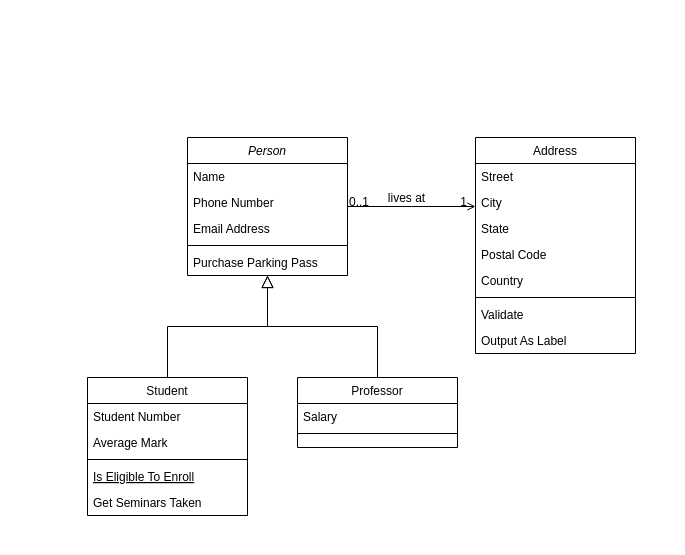
emillyvsl/arquivos-bd2023 keeps this draw.io diagram as Untitled Diagram.drawio. Above is the earlier version. Source tidied: cells renumbered, new cells numbered last; positions are measured from the earlier drawing's top-left corner, leaving out a move shared by most shapes. Both pictures are drawn from the tidied source at 100%, with x=0, y=0 at pixel (87, 137).
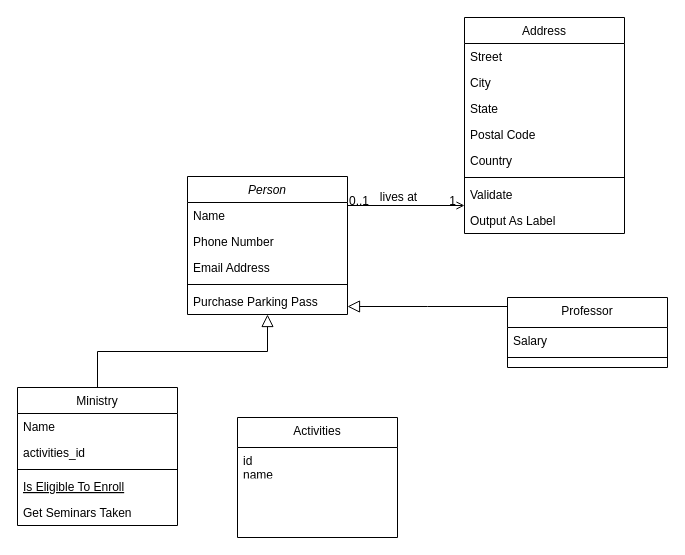
Above is the later version.

The edit, as a diff of the source:
```diff
@@
     <mxCell id="2" value="Person" style="swimlane;fontStyle=2;align=center;verticalAlign=top;horizontal=1;startSize=26;rounded=0;shadow=0;strokeWidth=1;" parent="1" vertex="1">
-      <mxGeometry x="100" width="160" height="138" as="geometry" />
+      <mxGeometry x="100" y="39" width="160" height="138" as="geometry" />
     </mxCell>
@@
-    <mxCell id="8" value="Student" style="swimlane;fontStyle=0;align=center;verticalAlign=top;horizontal=1;startSize=26;rounded=0;shadow=0;strokeWidth=1;" parent="1" vertex="1">
-      <mxGeometry y="240" width="160" height="138" as="geometry" />
+    <mxCell id="8" value="Ministry" style="swimlane;fontStyle=0;align=center;verticalAlign=top;horizontal=1;startSize=26;rounded=0;shadow=0;strokeWidth=1;" parent="1" vertex="1">
+      <mxGeometry x="-70" y="250" width="160" height="138" as="geometry" />
     </mxCell>
-    <mxCell id="9" value="Student Number" style="text;align=left;verticalAlign=top;spacingLeft=4;spacingRight=4;overflow=hidden;" parent="8" vertex="1">
+    <mxCell id="9" value="Name" style="text;align=left;verticalAlign=top;spacingLeft=4;spacingRight=4;overflow=hidden;" parent="8" vertex="1">
       <mxGeometry y="26" width="160" height="26" as="geometry" />
     </mxCell>
-    <mxCell id="10" value="Average Mark" style="text;align=left;verticalAlign=top;spacingLeft=4;spacingRight=4;overflow=hidden;rounded=0;shadow=0;html=0;" parent="8" vertex="1">
+    <mxCell id="10" value="activities_id" style="text;align=left;verticalAlign=top;spacingLeft=4;spacingRight=4;overflow=hidden;rounded=0;shadow=0;html=0;" parent="8" vertex="1">
       <mxGeometry y="52" width="160" height="26" as="geometry" />
     </mxCell>
@@
-    <mxCell id="15" value="Professor" style="swimlane;fontStyle=0;align=center;verticalAlign=top;horizontal=1;startSize=26;rounded=0;shadow=0;strokeWidth=1;" parent="1" vertex="1">
-      <mxGeometry x="210" y="240" width="160" height="70" as="geometry" />
+    <mxCell id="15" value="Professor" style="swimlane;fontStyle=0;align=center;verticalAlign=top;horizontal=1;startSize=30;rounded=0;shadow=0;strokeWidth=1;" parent="1" vertex="1">
+      <mxGeometry x="420" y="160" width="160" height="70" as="geometry" />
     </mxCell>
     <mxCell id="16" value="Salary" style="text;align=left;verticalAlign=top;spacingLeft=4;spacingRight=4;overflow=hidden;" parent="15" vertex="1">
-      <mxGeometry y="26" width="160" height="26" as="geometry" />
+      <mxGeometry y="30" width="160" height="26" as="geometry" />
     </mxCell>
     <mxCell id="17" style="line;html=1;strokeWidth=1;align=left;verticalAlign=middle;spacingTop=-1;spacingLeft=3;spacingRight=3;labelPosition=right;" parent="15" vertex="1">
-      <mxGeometry y="52" width="160" height="8" as="geometry" />
+      <mxGeometry y="56" width="160" height="8" as="geometry" />
     </mxCell>
@@
     <mxCell id="19" value="Address" style="swimlane;fontStyle=0;align=center;verticalAlign=top;horizontal=1;startSize=26;rounded=0;shadow=0;strokeWidth=1;" parent="1" vertex="1">
-      <mxGeometry x="388" width="160" height="216" as="geometry" />
+      <mxGeometry x="377" y="-120" width="160" height="216" as="geometry" />
     </mxCell>
@@
+    <mxCell id="32" value="Activities" style="swimlane;fontStyle=0;align=center;verticalAlign=top;horizontal=1;startSize=30;rounded=0;shadow=0;strokeWidth=1;" parent="1" vertex="1">
+      <mxGeometry x="150" y="280" width="160" height="120" as="geometry" />
+    </mxCell>
+    <mxCell id="33" value="id&#10;name&#10;&#10;" style="text;align=left;verticalAlign=top;spacingLeft=4;spacingRight=4;overflow=hidden;" parent="32" vertex="1">
+      <mxGeometry y="30" width="160" height="26" as="geometry" />
+    </mxCell>
```
